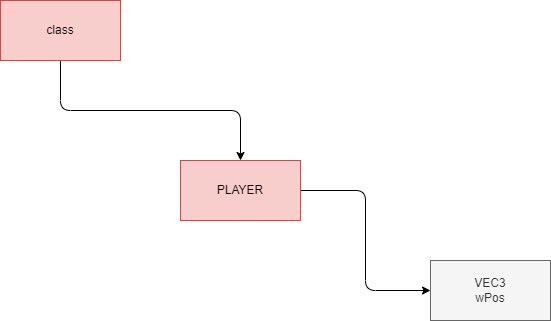
Tanso-mct/GLPA keeps this draw.io diagram as drawio/files/player/h.drawio.png. Above is the earlier version. Source tidied: cells renumbered, new cells last; positions are measured from the earlier drawing's top-left corner, leaving out a move shared by most shapes.
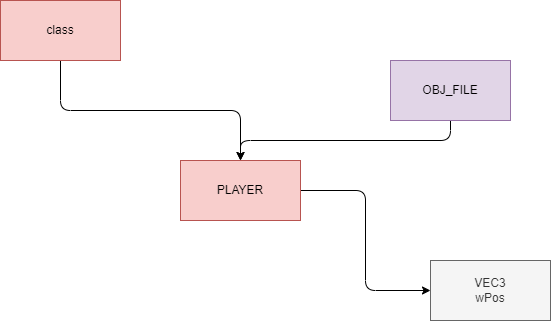
Above is the later version.

Diff of the diagram source:
```diff
@@ -17,5 +17,11 @@
     <mxCell id="6" value="VEC3&lt;br&gt;wPos" style="whiteSpace=wrap;html=1;strokeColor=#666666;fontFamily=Helvetica;fontSize=12;fontColor=#333333;fillColor=#f5f5f5;" parent="1" vertex="1">
       <mxGeometry x="430" y="260" width="120" height="60" as="geometry" />
     </mxCell>
+    <mxCell id="7" style="edgeStyle=elbowEdgeStyle;html=1;elbow=vertical;" parent="1" edge="1" source="8" target="5">
+      <mxGeometry relative="1" as="geometry" />
+    </mxCell>
+    <mxCell id="8" value="OBJ_FILE" style="whiteSpace=wrap;html=1;fillColor=#e1d5e7;strokeColor=#9673a6;" parent="1" vertex="1">
+      <mxGeometry x="390" y="60" width="120" height="60" as="geometry" />
+    </mxCell>
   </root>
 </mxGraphModel>
```
